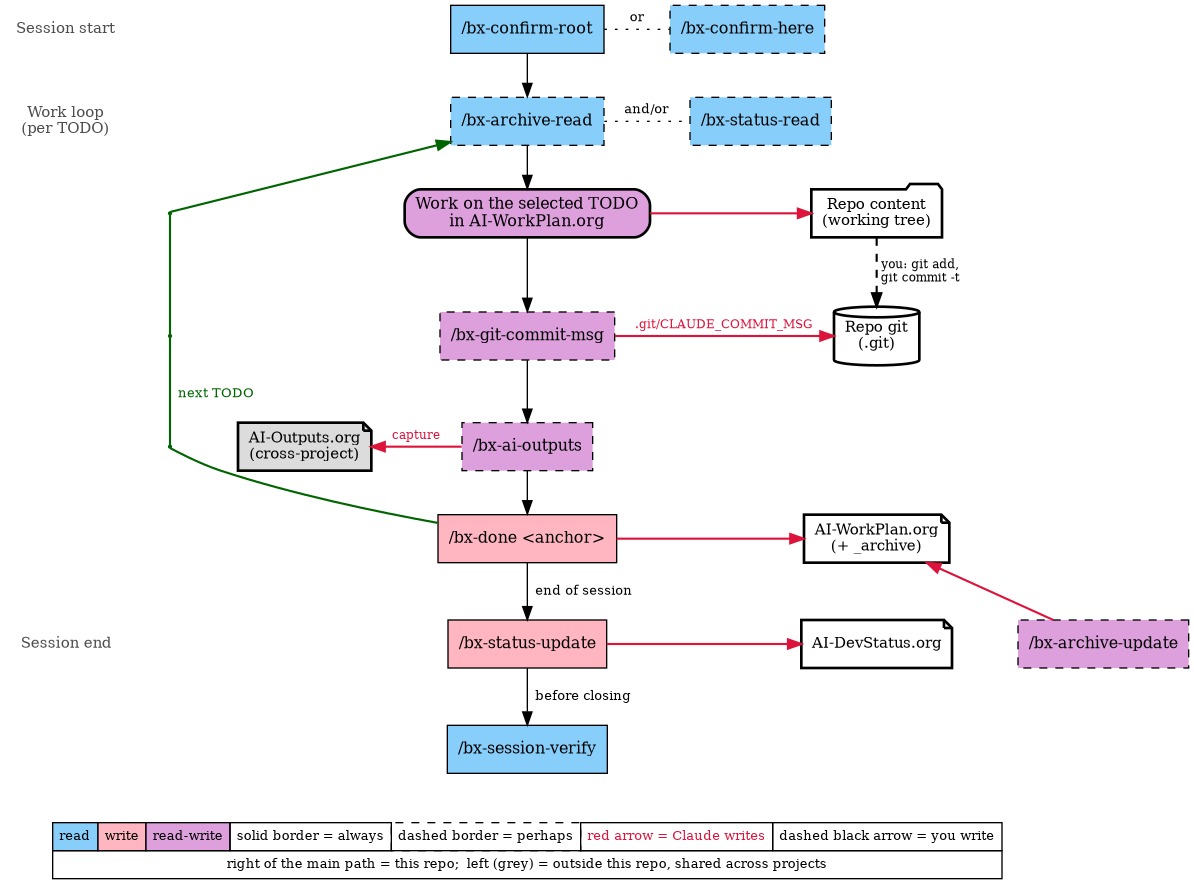
Above: py3/images/aiUsageWorkflow.png in bisos-pip/aiActivity (Graphviz), before the change. Its source is kept beside it as py3/images/aiUsageWorkflow.gv.
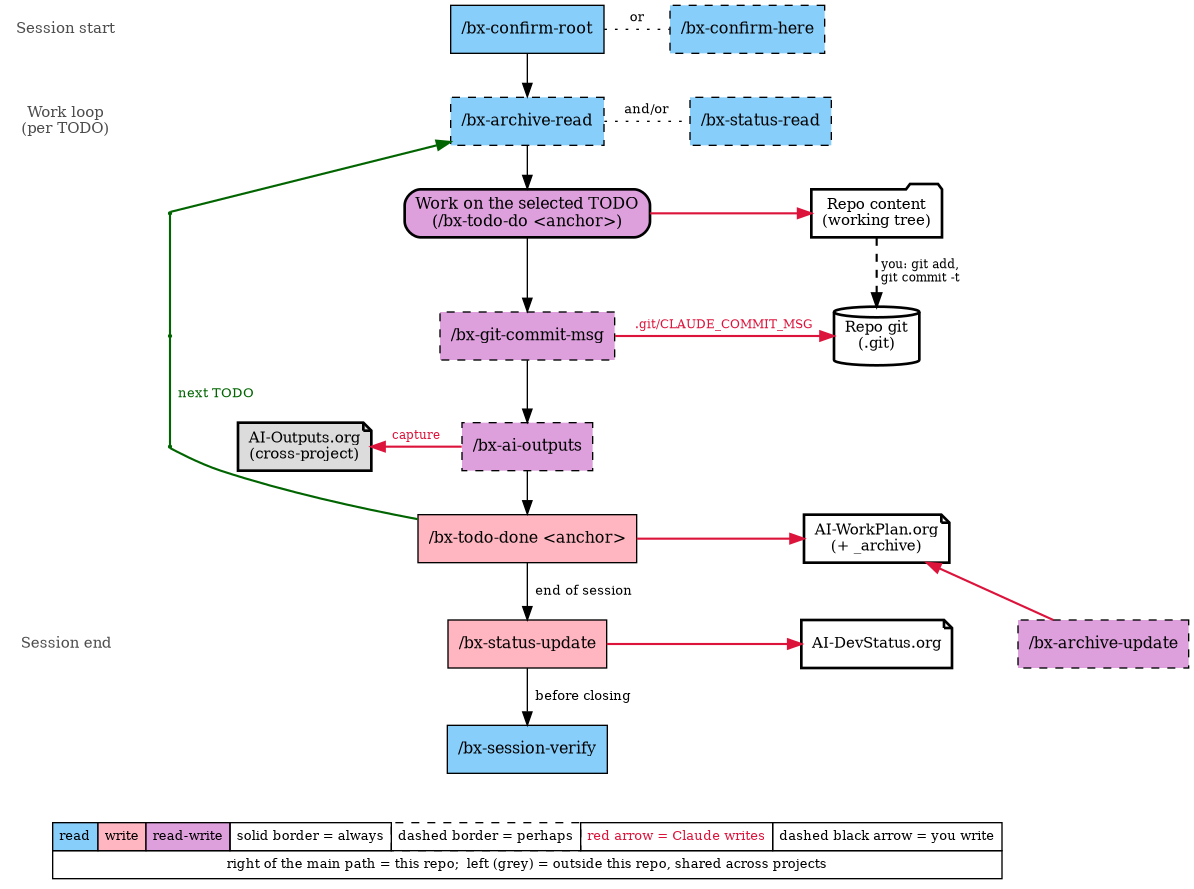
Later version of the same file.

What changed in the source:
```diff
@@ -34,7 +34,7 @@
 		lyr_loop2
 		loopVia2 [label="" color=darkgreen group=loop shape=point width=0.03]
 		work [label="Work on the selected TODO
-in AI-WorkPlan.org" fillcolor=plum group=spine shape=rectangle style="filled,rounded,bold"]
+(/bx-todo-do <anchor>)" fillcolor=plum group=spine shape=rectangle style="filled,rounded,bold"]
 		subjContent [label="Repo content
 (working tree)" fillcolor=white fontsize=11 group=subjects shape=folder style="filled,bold"]
 	}
@@ -57,7 +57,7 @@
 	{
 		rank=same
 		lyr_loop5
-		done [label="/bx-done <anchor>" fillcolor=lightpink group=spine shape=rectangle style=filled]
+		done [label="/bx-todo-done <anchor>" fillcolor=lightpink group=spine shape=rectangle style=filled]
 		subjWorkPlan [label="AI-WorkPlan.org
 (+ _archive)" fillcolor=white fontsize=11 group=subjects shape=note style="filled,bold"]
 	}
```
